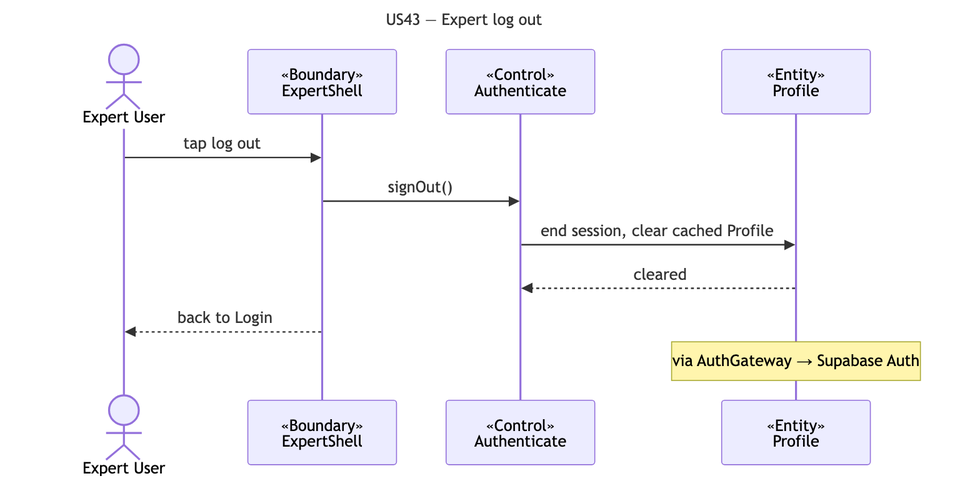
Before: docs/deliverables/sequence-diagrams/US43-expert-logout.png, a diagram exported from Mermaid (cyuanjun/FYP-26-S2-37-app). Its source is kept beside it as docs/deliverables/sequence-diagrams/src/US43-expert-logout.mmd.
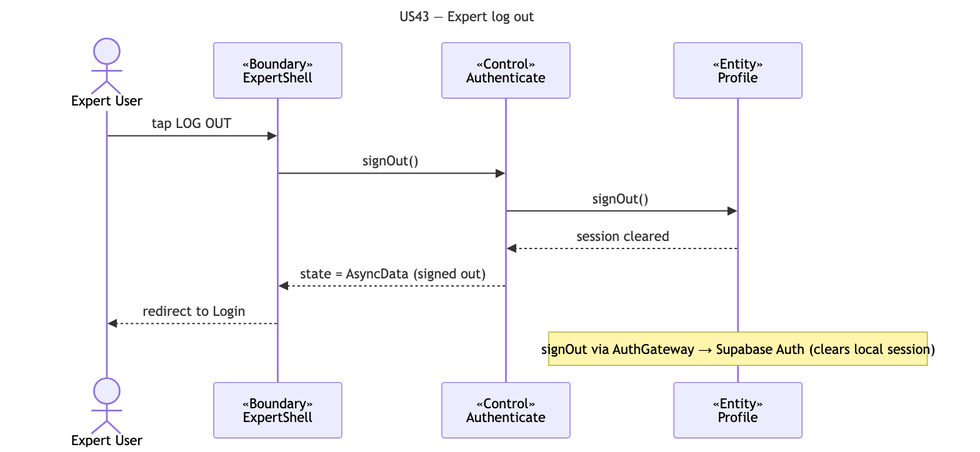
The same diagram one commit later.

Diff of the diagram source:
```diff
@@ -6,9 +6,10 @@
   participant B as «Boundary»<br/>ExpertShell
   participant C as «Control»<br/>Authenticate
   participant E as «Entity»<br/>Profile
-  A->>B: tap log out
+  A->>B: tap LOG OUT
   B->>C: signOut()
-  C->>E: end session, clear cached Profile
-  E-->>C: cleared
-  B-->>A: back to Login
-  note over E: via AuthGateway → Supabase Auth
+  C->>E: signOut()
+  E-->>C: session cleared
+  C-->>B: state = AsyncData (signed out)
+  B-->>A: redirect to Login
+  note over E: signOut via AuthGateway → Supabase Auth (clears local session)
```
